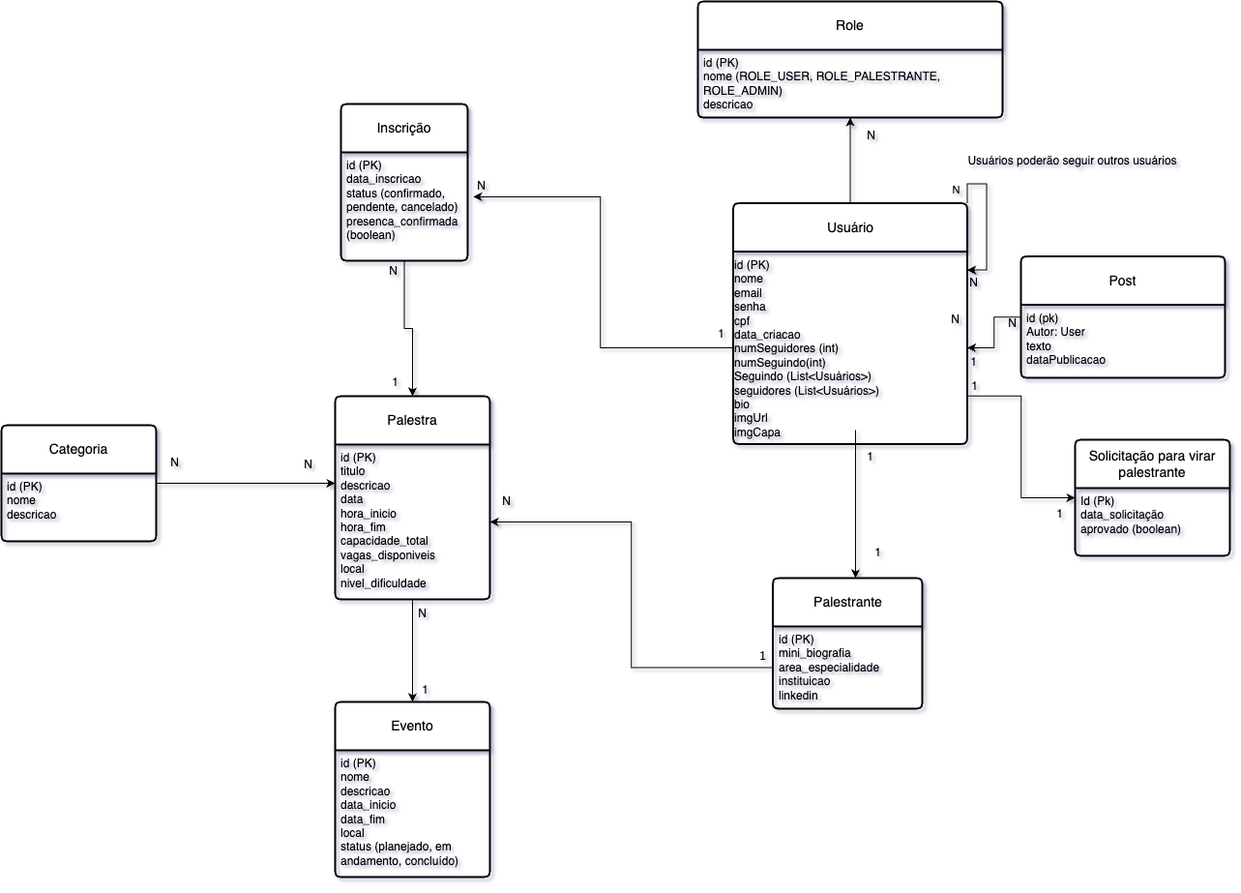
The draw.io diagram images/TalkHub.drawio (1).png in Filipe-Samuel-p/TalkHub, before a commit. Source tidied: cells renumbered, new cells last; positions are measured from the earlier drawing's top-left corner, leaving out a move shared by most shapes.
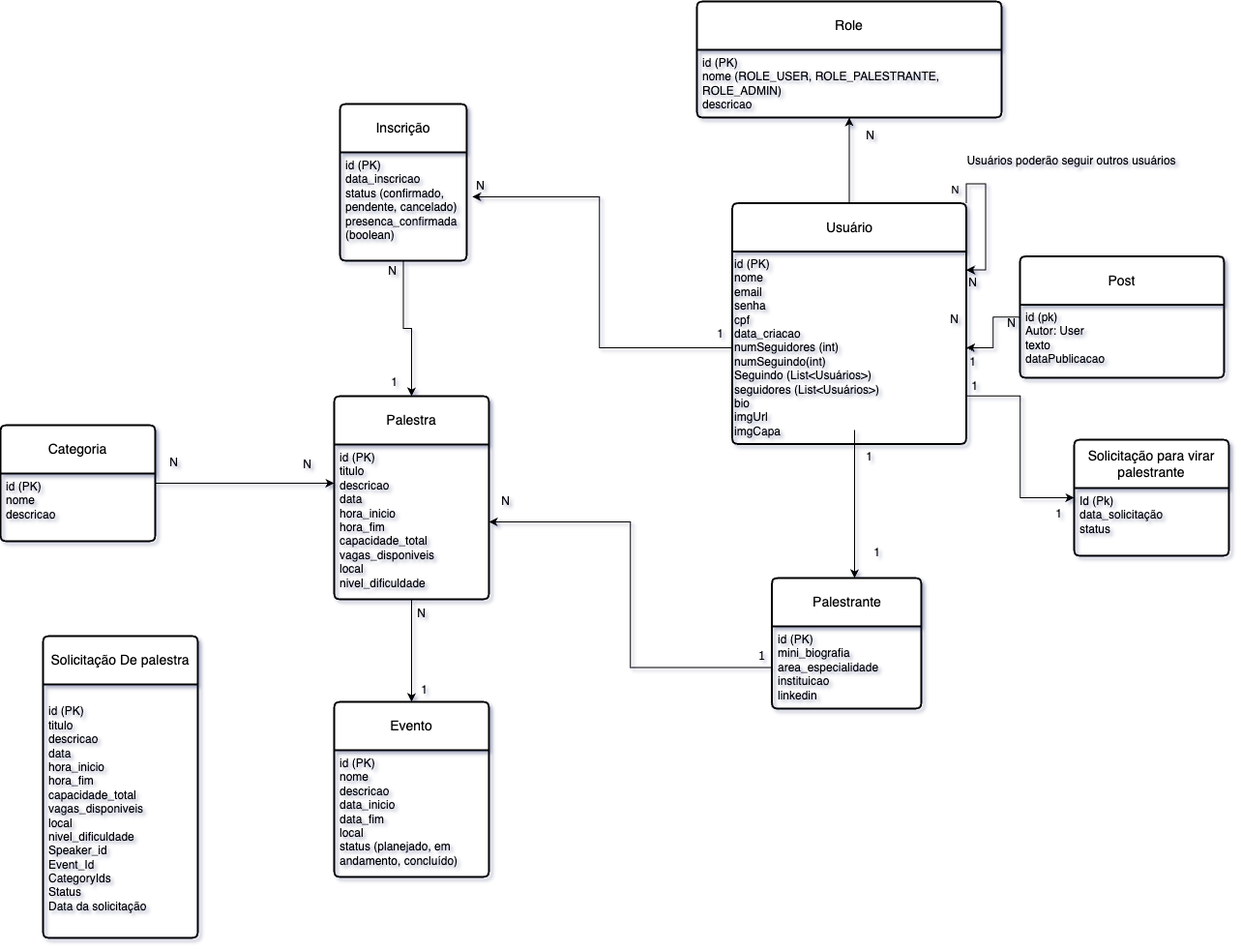
The same diagram one commit later.

The edit, as a diff of the source:
```diff
@@ -145,7 +145,7 @@
     <mxCell id="47" value="Solicitação para virar palestrante" style="swimlane;horizontal=1;startSize=50;rounded=1;fontSize=14;fontStyle=0;strokeWidth=2;shadow=0;dashed=0;align=center;arcSize=4;whiteSpace=wrap;html=1;" parent="1" vertex="1">
       <mxGeometry x="1110" y="453" width="160" height="120" as="geometry" />
     </mxCell>
-    <mxCell id="48" value="Id (Pk)&lt;div&gt;data_solicitação&lt;/div&gt;&lt;div&gt;aprovado (boolean)&lt;/div&gt;" style="align=left;strokeColor=none;fillColor=none;spacingLeft=4;spacingRight=4;fontSize=12;verticalAlign=top;html=1;whiteSpace=wrap;" parent="47" vertex="1">
+    <mxCell id="48" value="Id (Pk)&lt;div&gt;data_solicitação&lt;/div&gt;&lt;div&gt;status&amp;nbsp;&lt;/div&gt;" style="align=left;strokeColor=none;fillColor=none;spacingLeft=4;spacingRight=4;fontSize=12;verticalAlign=top;html=1;whiteSpace=wrap;" parent="47" vertex="1">
       <mxGeometry y="50" width="160" height="70" as="geometry" />
     </mxCell>
     <mxCell id="49" style="edgeStyle=orthogonalEdgeStyle;rounded=0;jettySize=auto;html=1;exitX=1;exitY=0.75;exitDx=0;exitDy=0;entryX=0;entryY=0.5;entryDx=0;entryDy=0;" parent="1" edge="1" source="7" target="47">
@@ -157,5 +157,11 @@
     <mxCell id="51" value="1" style="text;html=1;align=center;verticalAlign=middle;strokeColor=none;fillColor=none;" parent="1" vertex="1">
       <mxGeometry x="994" y="385" width="25" height="26" as="geometry" />
     </mxCell>
+    <mxCell id="52" value="Solicitação De palestra" style="swimlane;horizontal=1;startSize=50;rounded=1;fontSize=14;fontStyle=0;strokeWidth=2;shadow=0;dashed=0;align=center;arcSize=4;whiteSpace=wrap;html=1;" parent="1" vertex="1">
+      <mxGeometry x="44" y="656" width="160" height="312" as="geometry" />
+    </mxCell>
+    <mxCell id="53" value="&lt;br&gt;&lt;div&gt;id (PK)&lt;br&gt;titulo&lt;br&gt;descricao&lt;br&gt;data&lt;br&gt;hora_inicio&lt;br&gt;hora_fim&lt;br&gt;capacidade_total&lt;br&gt;vagas_disponiveis&lt;br&gt;local&lt;br&gt;nivel_dificuldade&lt;/div&gt;&lt;div&gt;Speaker_id&lt;/div&gt;&lt;div&gt;Event_Id&lt;/div&gt;&lt;div&gt;CategoryIds&lt;br&gt;&lt;div&gt;Status&lt;/div&gt;&lt;/div&gt;&lt;div&gt;Data da solicitação&lt;/div&gt;" style="align=left;strokeColor=none;fillColor=none;spacingLeft=4;spacingRight=4;fontSize=12;verticalAlign=top;html=1;whiteSpace=wrap;" parent="52" vertex="1">
+      <mxGeometry y="50" width="160" height="262" as="geometry" />
+    </mxCell>
   </root>
 </mxGraphModel>
```
